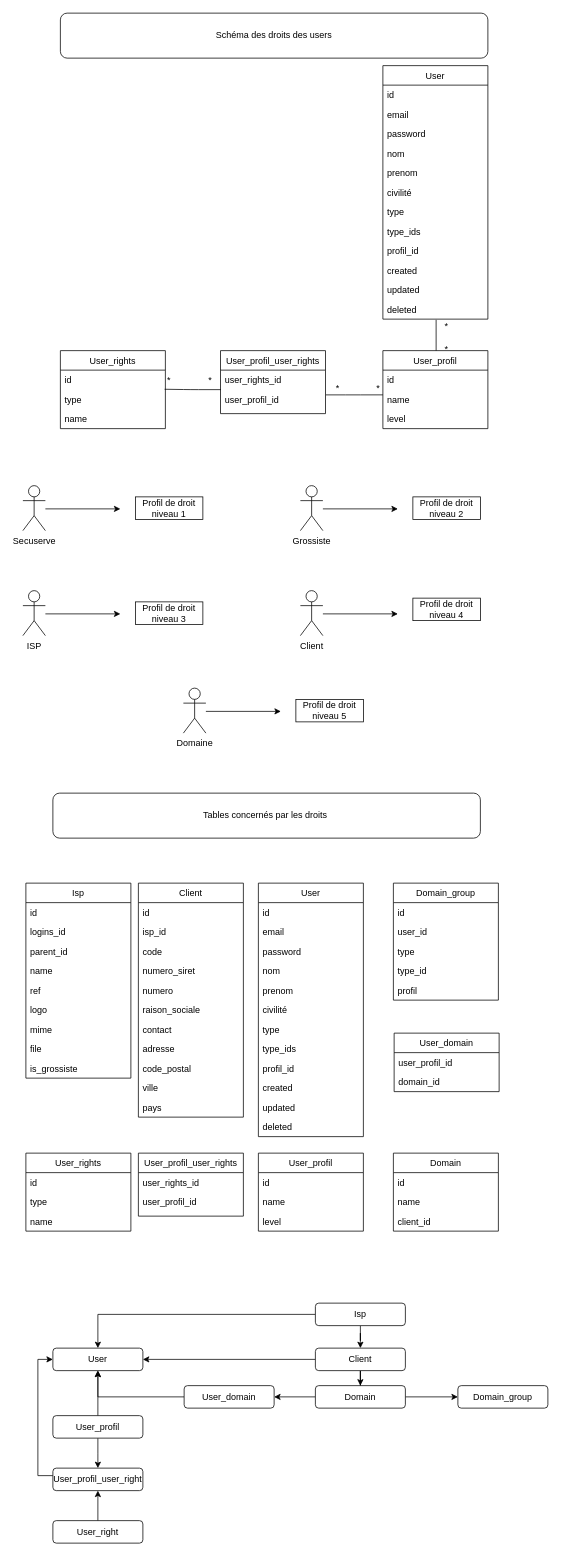
Above: security.drawio in nrgix2/api-netpoint (draw.io), before the change. Source tidied: cells renumbered, new cells numbered last; positions are measured from the earlier drawing's top-left corner, leaving out a move shared by most shapes. Both pictures are drawn from the tidied source at 75%, with x=0, y=0 at pixel (22, 13).
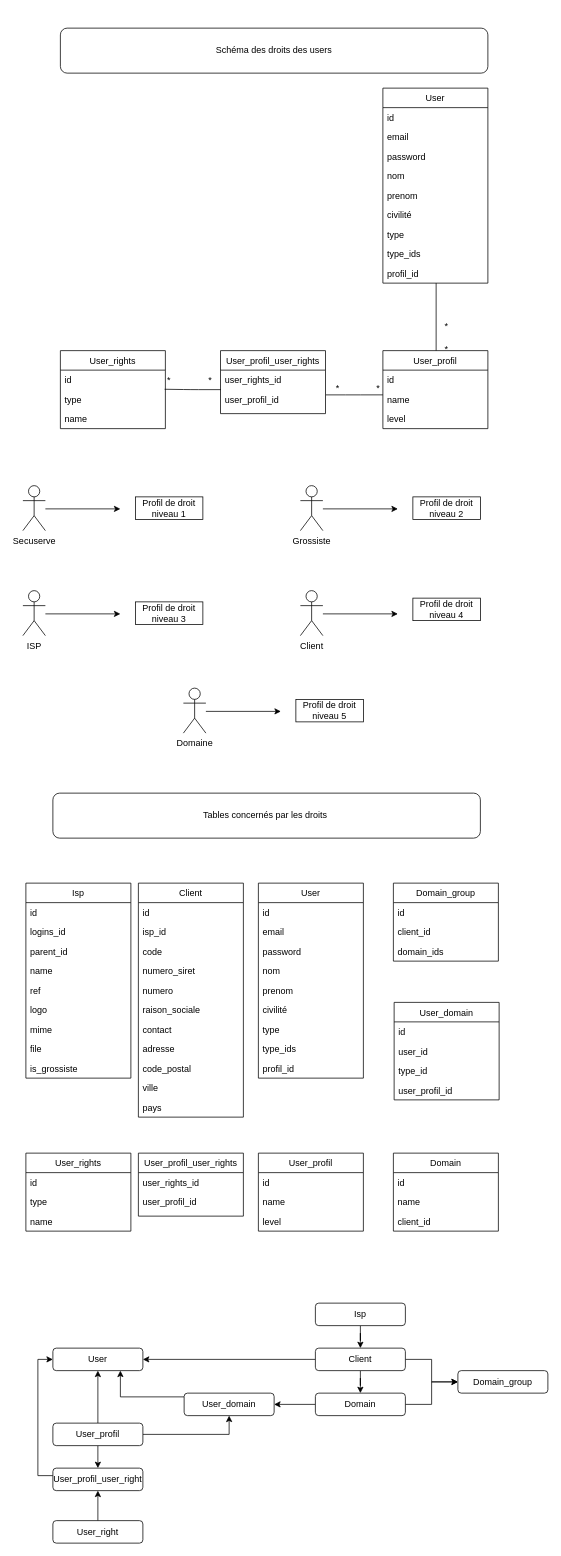
Above is the later version.

Unchanged cells that the change refers to:
```xml
<mxCell id="113" value="Isp" style="rounded=1;whiteSpace=wrap;html=1;" parent="1" vertex="1">
  <mxGeometry x="390" y="1720" width="120" height="30" as="geometry" />
</mxCell>
<mxCell id="116" value="Client" style="rounded=1;whiteSpace=wrap;html=1;" parent="1" vertex="1">
  <mxGeometry x="390" y="1780" width="120" height="30" as="geometry" />
</mxCell>
<mxCell id="127" value="User" style="rounded=1;whiteSpace=wrap;html=1;" parent="1" vertex="1">
  <mxGeometry x="40" y="1780" width="120" height="30" as="geometry" />
</mxCell>
```

Diff of the diagram source:
```diff
@@
     <mxCell id="28" value="User" style="swimlane;fontStyle=0;horizontal=1;startSize=26;" parent="1" vertex="1">
-      <mxGeometry x="480" y="70" width="140" height="338" as="geometry" />
+      <mxGeometry x="480" y="100" width="140" height="260" as="geometry" />
     </mxCell>
@@
-    <mxCell id="38" value="created" style="text;strokeColor=none;fillColor=none;align=left;verticalAlign=top;spacingLeft=4;spacingRight=4;overflow=hidden;" parent="28" vertex="1">
-      <mxGeometry y="260" width="140" height="26" as="geometry" />
-    </mxCell>
-    <mxCell id="39" value="updated" style="text;strokeColor=none;fillColor=none;align=left;verticalAlign=top;spacingLeft=4;spacingRight=4;overflow=hidden;" parent="28" vertex="1">
-      <mxGeometry y="286" width="140" height="26" as="geometry" />
-    </mxCell>
-    <mxCell id="40" value="deleted" style="text;strokeColor=none;fillColor=none;align=left;verticalAlign=top;spacingLeft=4;spacingRight=4;overflow=hidden;points=[[0,0.5],[1,0.5]];portConstraint=eastwest;" parent="28" vertex="1">
-      <mxGeometry y="312" width="140" height="26" as="geometry" />
-    </mxCell>
@@
-    <mxCell id="47" style="endArrow=none;html=1;entryX=0.507;entryY=1.038;entryDx=0;entryDy=0;entryPerimeter=0;" parent="1" edge="1" target="40">
+    <mxCell id="47" style="endArrow=none;html=1;" parent="1" edge="1">
       <mxGeometry relative="1" as="geometry">
         <mxPoint x="551" y="450" as="sourcePoint" />
+        <mxPoint x="551" y="360" as="targetPoint" />
       </mxGeometry>
     </mxCell>
@@
     <mxCell id="50" value="User" style="swimlane;fontStyle=0;horizontal=1;startSize=26;" parent="1" vertex="1">
-      <mxGeometry x="314" y="1160" width="140" height="338" as="geometry" />
+      <mxGeometry x="314" y="1160" width="140" height="260" as="geometry" />
     </mxCell>
@@
-    <mxCell id="60" value="created" style="text;strokeColor=none;fillColor=none;align=left;verticalAlign=top;spacingLeft=4;spacingRight=4;overflow=hidden;" parent="50" vertex="1">
-      <mxGeometry y="260" width="140" height="26" as="geometry" />
-    </mxCell>
-    <mxCell id="61" value="updated" style="text;strokeColor=none;fillColor=none;align=left;verticalAlign=top;spacingLeft=4;spacingRight=4;overflow=hidden;" parent="50" vertex="1">
-      <mxGeometry y="286" width="140" height="26" as="geometry" />
-    </mxCell>
-    <mxCell id="62" value="deleted" style="text;strokeColor=none;fillColor=none;align=left;verticalAlign=top;spacingLeft=4;spacingRight=4;overflow=hidden;" parent="50" vertex="1">
-      <mxGeometry y="312" width="140" height="26" as="geometry" />
-    </mxCell>
@@
     <mxCell id="85" value="Schéma des droits des users" style="rounded=1;whiteSpace=wrap;html=1;" parent="1" vertex="1">
-      <mxGeometry x="50" width="570" height="60" as="geometry" />
+      <mxGeometry x="50" y="20" width="570" height="60" as="geometry" />
     </mxCell>
@@
     <mxCell id="87" value="Domain_group" style="swimlane;fontStyle=0;horizontal=1;startSize=26;" parent="1" vertex="1">
-      <mxGeometry x="494" y="1160" width="140" height="156" as="geometry" />
+      <mxGeometry x="494" y="1160" width="140" height="104" as="geometry" />
     </mxCell>
@@
-    <mxCell id="89" value="user_id" style="text;strokeColor=none;fillColor=none;align=left;verticalAlign=top;spacingLeft=4;spacingRight=4;overflow=hidden;" parent="87" vertex="1">
+    <mxCell id="89" value="client_id" style="text;strokeColor=none;fillColor=none;align=left;verticalAlign=top;spacingLeft=4;spacingRight=4;overflow=hidden;" parent="87" vertex="1">
       <mxGeometry y="52" width="140" height="26" as="geometry" />
     </mxCell>
-    <mxCell id="90" value="type" style="text;strokeColor=none;fillColor=none;align=left;verticalAlign=top;spacingLeft=4;spacingRight=4;overflow=hidden;" parent="87" vertex="1">
+    <mxCell id="90" value="domain_ids" style="text;strokeColor=none;fillColor=none;align=left;verticalAlign=top;spacingLeft=4;spacingRight=4;overflow=hidden;" parent="87" vertex="1">
       <mxGeometry y="78" width="140" height="26" as="geometry" />
     </mxCell>
-    <mxCell id="91" value="type_id" style="text;strokeColor=none;fillColor=none;align=left;verticalAlign=top;spacingLeft=4;spacingRight=4;overflow=hidden;" parent="87" vertex="1">
-      <mxGeometry y="104" width="140" height="26" as="geometry" />
-    </mxCell>
-    <mxCell id="92" value="profil" style="text;strokeColor=none;fillColor=none;align=left;verticalAlign=top;spacingLeft=4;spacingRight=4;overflow=hidden;" parent="87" vertex="1">
-      <mxGeometry y="130" width="140" height="26" as="geometry" />
-    </mxCell>
@@
     <mxCell id="108" value="User_domain" style="swimlane;fontStyle=0;horizontal=1;startSize=26;" parent="1" vertex="1">
-      <mxGeometry x="495" y="1360" width="140" height="78" as="geometry" />
+      <mxGeometry x="495" y="1319" width="140" height="130" as="geometry" />
     </mxCell>
-    <mxCell id="109" value="user_profil_id" style="text;strokeColor=none;fillColor=none;align=left;verticalAlign=top;spacingLeft=4;spacingRight=4;overflow=hidden;" parent="108" vertex="1">
+    <mxCell id="109" value="id" style="text;strokeColor=none;fillColor=none;align=left;verticalAlign=top;spacingLeft=4;spacingRight=4;overflow=hidden;" parent="108" vertex="1">
       <mxGeometry y="26" width="140" height="26" as="geometry" />
     </mxCell>
-    <mxCell id="110" value="domain_id" style="text;strokeColor=none;fillColor=none;align=left;verticalAlign=top;spacingLeft=4;spacingRight=4;overflow=hidden;" parent="108" vertex="1">
+    <mxCell id="110" value="user_id" style="text;strokeColor=none;fillColor=none;align=left;verticalAlign=top;spacingLeft=4;spacingRight=4;overflow=hidden;" parent="108" vertex="1">
       <mxGeometry y="52" width="140" height="26" as="geometry" />
     </mxCell>
-    <mxCell id="111" style="edgeStyle=orthogonalEdgeStyle;rounded=0;jettySize=auto;html=1;" parent="1" edge="1" source="113" target="127">
-      <mxGeometry relative="1" as="geometry" />
-    </mxCell>
+    <mxCell id="91" value="type_id" style="text;strokeColor=none;fillColor=none;align=left;verticalAlign=top;spacingLeft=4;spacingRight=4;overflow=hidden;" parent="108" vertex="1">
+      <mxGeometry y="78" width="140" height="26" as="geometry" />
+    </mxCell>
+    <mxCell id="131" value="user_profil_id" style="text;strokeColor=none;fillColor=none;align=left;verticalAlign=top;spacingLeft=4;spacingRight=4;overflow=hidden;" parent="108" vertex="1">
+      <mxGeometry y="104" width="140" height="26" as="geometry" />
+    </mxCell>
@@
+    <mxCell id="132" style="edgeStyle=orthogonalEdgeStyle;rounded=0;jettySize=auto;html=1;" parent="1" edge="1" source="116" target="117">
+      <mxGeometry relative="1" as="geometry" />
+    </mxCell>
@@
     <mxCell id="117" value="Domain_group" style="rounded=1;whiteSpace=wrap;html=1;" parent="1" vertex="1">
-      <mxGeometry x="580" y="1830" width="120" height="30" as="geometry" />
+      <mxGeometry x="580" y="1810" width="120" height="30" as="geometry" />
     </mxCell>
     <mxCell id="118" style="edgeStyle=orthogonalEdgeStyle;rounded=0;jettySize=auto;html=1;" parent="1" edge="1" source="119" target="127">
-      <mxGeometry relative="1" as="geometry" />
+      <mxGeometry relative="1" as="geometry">
+        <Array as="points">
+          <mxPoint x="130" y="1845" />
+        </Array>
+      </mxGeometry>
     </mxCell>
     <mxCell id="119" value="User_domain" style="rounded=1;whiteSpace=wrap;html=1;" parent="1" vertex="1">
-      <mxGeometry x="215" y="1830" width="120" height="30" as="geometry" />
+      <mxGeometry x="215" y="1840" width="120" height="30" as="geometry" />
     </mxCell>
@@
+    <mxCell id="133" style="edgeStyle=orthogonalEdgeStyle;rounded=0;jettySize=auto;html=1;" parent="1" edge="1" source="124" target="119">
+      <mxGeometry relative="1" as="geometry" />
+    </mxCell>
     <mxCell id="124" value="User_profil" style="rounded=1;whiteSpace=wrap;html=1;" parent="1" vertex="1">
-      <mxGeometry x="40" y="1870" width="120" height="30" as="geometry" />
+      <mxGeometry x="40" y="1880" width="120" height="30" as="geometry" />
     </mxCell>
@@
     <mxCell id="130" value="Domain" style="rounded=1;whiteSpace=wrap;html=1;" parent="1" vertex="1">
-      <mxGeometry x="390" y="1830" width="120" height="30" as="geometry" />
+      <mxGeometry x="390" y="1840" width="120" height="30" as="geometry" />
     </mxCell>
```
